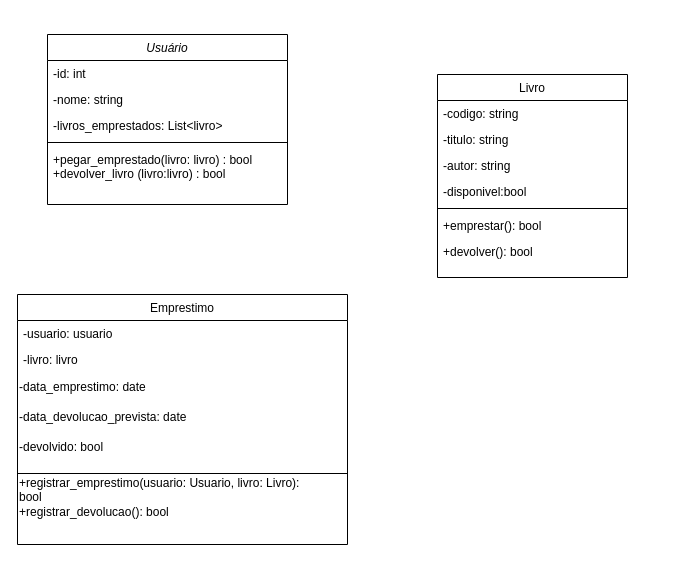
Above: TBL.drawio in Big-Marcelo/POO_I (draw.io), before the change. Source tidied: cells renumbered, new cells numbered last; positions are measured from the earlier drawing's top-left corner, leaving out a move shared by most shapes. Both pictures are drawn from the tidied source at 100%, with x=0, y=0 at pixel (17, 34).
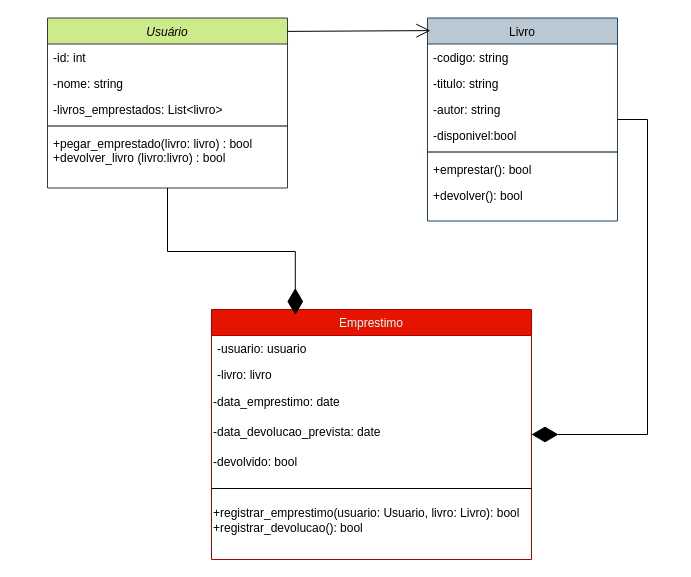
After the change.

What changed in the source:
```diff
@@
-    <mxCell id="2" value="Usuário" style="swimlane;fontStyle=2;align=center;verticalAlign=top;horizontal=1;startSize=26;rounded=0;shadow=0;strokeWidth=1;" parent="1" vertex="1">
-      <mxGeometry x="30" width="240" height="170" as="geometry" />
+    <mxCell id="2" value="Usuário" style="swimlane;fontStyle=2;align=center;verticalAlign=top;horizontal=1;startSize=26;rounded=0;shadow=0;strokeWidth=1;fillColor=#CDEB8B;strokeColor=#36393d;swimlaneFillColor=default;" parent="1" vertex="1">
+      <mxGeometry x="30" y="-16.5" width="240" height="170" as="geometry" />
     </mxCell>
@@
-    <mxCell id="8" value="Emprestimo" style="swimlane;fontStyle=0;align=center;verticalAlign=top;horizontal=1;startSize=26;rounded=0;shadow=0;strokeWidth=1;" parent="1" vertex="1">
-      <mxGeometry y="260" width="330" height="250" as="geometry" />
+    <mxCell id="8" value="Emprestimo" style="swimlane;fontStyle=0;align=center;verticalAlign=top;horizontal=1;startSize=26;rounded=0;shadow=0;strokeWidth=1;fillColor=#e51400;fontColor=#ffffff;strokeColor=#B20000;swimlaneFillColor=default;" parent="1" vertex="1">
+      <mxGeometry x="194" y="275" width="320" height="250" as="geometry" />
     </mxCell>
-    <mxCell id="9" value="-usuario: usuario" style="text;align=left;verticalAlign=top;spacingLeft=4;spacingRight=4;overflow=hidden;" parent="8" vertex="1">
-      <mxGeometry y="26" width="330" height="26" as="geometry" />
+    <mxCell id="9" value="-usuario: usuario" style="text;align=left;verticalAlign=top;spacingLeft=4;spacingRight=4;overflow=hidden;strokeColor=none;" parent="8" vertex="1">
+      <mxGeometry y="26" width="320" height="26" as="geometry" />
     </mxCell>
     <mxCell id="10" value="-livro: livro&#10;" style="text;align=left;verticalAlign=top;spacingLeft=4;spacingRight=4;overflow=hidden;rounded=0;shadow=0;html=0;" parent="8" vertex="1">
-      <mxGeometry y="52" width="330" height="26" as="geometry" />
+      <mxGeometry y="52" width="320" height="26" as="geometry" />
     </mxCell>
     <mxCell id="11" value="-data_emprestimo: date" style="text;html=1;align=left;verticalAlign=middle;strokeColor=none;fillColor=none;" parent="8" vertex="1">
-      <mxGeometry y="78" width="330" height="30" as="geometry" />
+      <mxGeometry y="78" width="320" height="30" as="geometry" />
     </mxCell>
     <mxCell id="12" value="-data_devolucao_prevista: date" style="text;html=1;align=left;verticalAlign=middle;strokeColor=none;fillColor=none;" parent="8" vertex="1">
-      <mxGeometry y="108" width="330" height="30" as="geometry" />
+      <mxGeometry y="108" width="320" height="30" as="geometry" />
     </mxCell>
     <mxCell id="13" value="-devolvido: bool" style="text;html=1;align=left;verticalAlign=middle;strokeColor=none;fillColor=none;" parent="8" vertex="1">
-      <mxGeometry y="138" width="330" height="30" as="geometry" />
+      <mxGeometry y="138" width="320" height="30" as="geometry" />
     </mxCell>
     <mxCell id="14" style="line;html=1;strokeWidth=1;align=left;verticalAlign=middle;spacingTop=-1;spacingLeft=3;spacingRight=3;labelPosition=right;" parent="8" vertex="1">
-      <mxGeometry y="168" width="330" height="22" as="geometry" />
+      <mxGeometry y="168" width="320" height="22" as="geometry" />
     </mxCell>
+    <mxCell id="23" value="+registrar_emprestimo(usuario: Usuario, livro: Livro): bool&#10;+registrar_devolucao(): bool" style="text;html=1;align=left;verticalAlign=middle;strokeColor=none;fillColor=none;spacingTop=2;" parent="8" vertex="1">
+      <mxGeometry y="190" width="320" height="40" as="geometry" />
+    </mxCell>
-    <mxCell id="15" value="Livro" style="swimlane;fontStyle=0;align=center;verticalAlign=top;horizontal=1;startSize=26;rounded=0;shadow=0;strokeWidth=1;" parent="1" vertex="1">
-      <mxGeometry x="420" y="40" width="190" height="203" as="geometry" />
+    <mxCell id="15" value="Livro" style="swimlane;fontStyle=0;align=center;verticalAlign=top;horizontal=1;startSize=26;rounded=0;shadow=0;strokeWidth=1;fillColor=#bac8d3;strokeColor=#23445d;gradientColor=none;swimlaneFillColor=default;" parent="1" vertex="1">
+      <mxGeometry x="410" y="-16.5" width="190" height="203" as="geometry" />
     </mxCell>
@@
-    <mxCell id="23" value="+registrar_emprestimo(usuario: Usuario, livro: Livro):&#10;bool&#10;+registrar_devolucao(): bool" style="text;html=1;align=left;verticalAlign=middle;strokeColor=none;fillColor=none;" parent="1" vertex="1">
-      <mxGeometry y="433" width="300" height="60" as="geometry" />
-    </mxCell>
+    <mxCell id="24" style="endArrow=open;endFill=1;endSize=12;html=1;rounded=0;entryX=0.005;entryY=0.062;entryDx=0;entryDy=0;entryPerimeter=0;exitX=0.992;exitY=0.079;exitDx=0;exitDy=0;exitPerimeter=0;" parent="1" edge="1">
+      <mxGeometry relative="1" as="geometry">
+        <mxPoint x="270" y="-3.1" as="sourcePoint" />
+        <mxPoint x="412.9" y="-3.9" as="targetPoint" />
+      </mxGeometry>
+    </mxCell>
+    <mxCell id="25" style="endArrow=diamondThin;endFill=1;endSize=24;html=1;rounded=0;edgeStyle=entityRelationEdgeStyle;" parent="1" edge="1" source="15" target="8">
+      <mxGeometry relative="1" as="geometry">
+        <Array as="points">
+          <mxPoint x="166" y="270" />
+          <mxPoint x="420" y="200" />
+          <mxPoint x="176" y="270" />
+        </Array>
+      </mxGeometry>
+    </mxCell>
+    <mxCell id="26" style="endArrow=diamondThin;endFill=1;endSize=24;html=1;rounded=0;exitX=0.296;exitY=0.94;exitDx=0;exitDy=0;exitPerimeter=0;elbow=vertical;entryX=0.109;entryY=0.008;entryDx=0;entryDy=0;entryPerimeter=0;edgeStyle=elbowEdgeStyle;" parent="1" edge="1">
+      <mxGeometry relative="1" as="geometry">
+        <mxPoint x="150" y="153.5" as="sourcePoint" />
+        <mxPoint x="277.8" y="280.5" as="targetPoint" />
+      </mxGeometry>
+    </mxCell>
```
